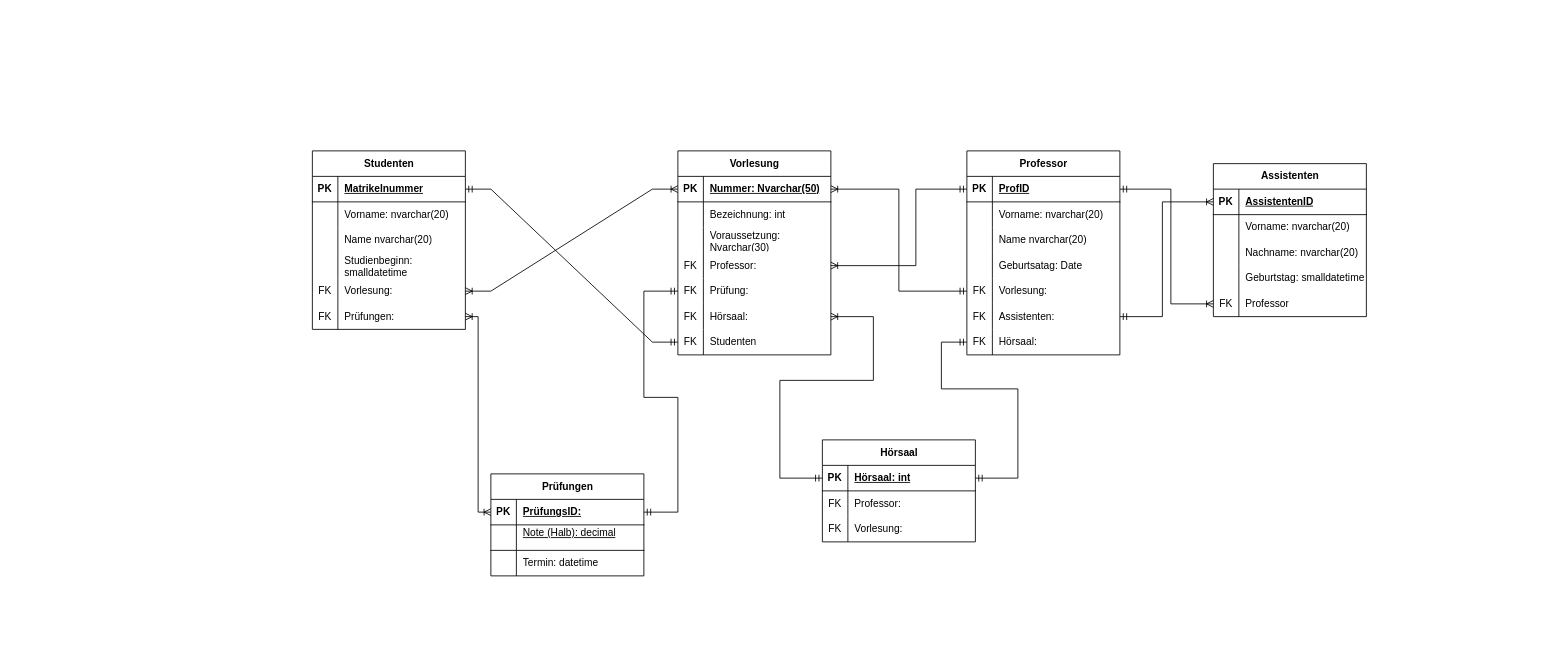
Earlier version of the draw.io diagram Vorbereitung/Projekt_Logischeskonzept.drawio (platteXDlol/Projekt_SQL). Source tidied: cells renumbered, new cells numbered last; positions are measured from the earlier drawing's top-left corner, leaving out a move shared by most shapes. Both pictures are drawn from the tidied source at 85%, with x=0, y=0 at pixel (312, 150).
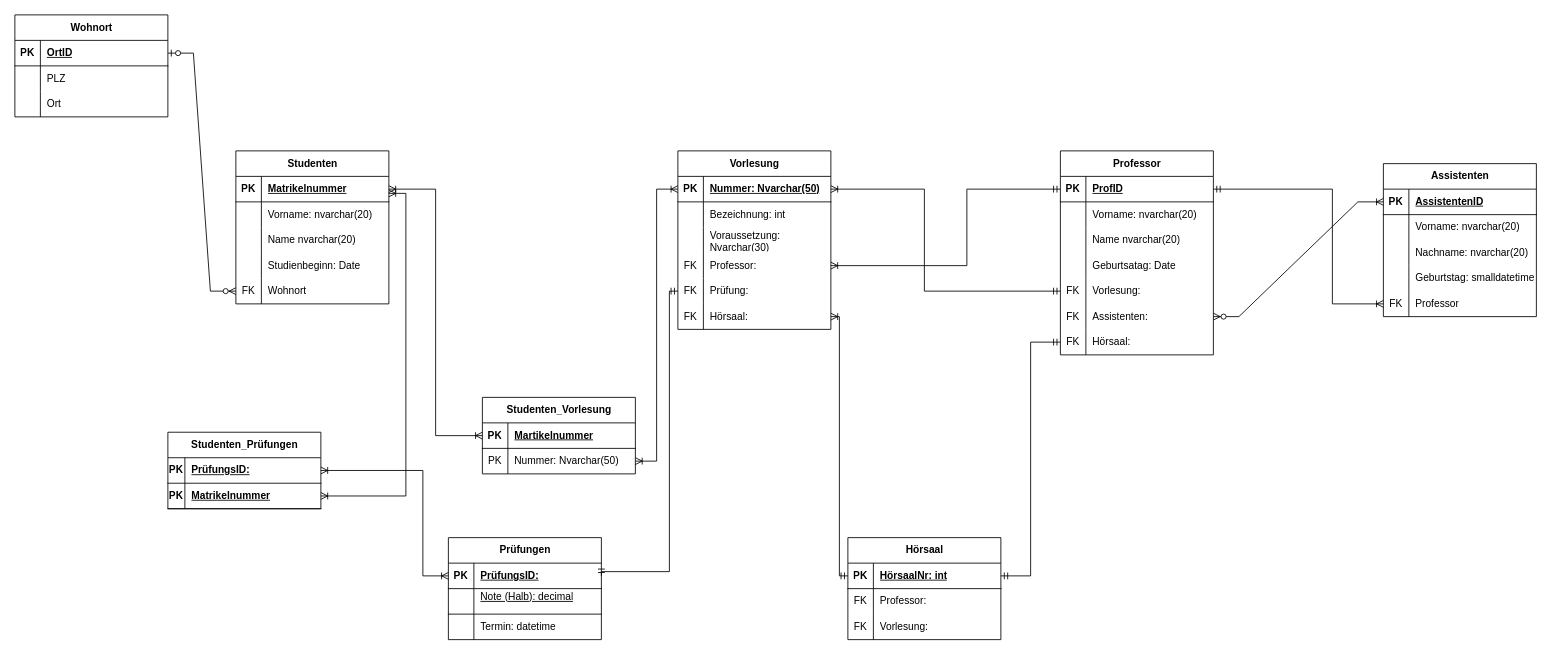
After the change.

Commit message (it also covers changes not shown here):
Add all tables with PK and FK

The change refers to these unchanged cells:
```xml
<mxCell id="3" style="shape=tableRow;horizontal=0;startSize=0;swimlaneHead=0;swimlaneBody=0;fillColor=none;points=[[0,0.5],[1,0.5]];portConstraint=eastwest;top=0;left=0;right=0;bottom=1;" parent="2" vertex="1">
  <mxGeometry y="30" width="180" height="30" as="geometry" />
</mxCell>
<mxCell id="12" style="shape=tableRow;horizontal=0;startSize=0;swimlaneHead=0;swimlaneBody=0;fillColor=none;top=0;left=0;right=0;bottom=0;" parent="2" vertex="1">
  <mxGeometry y="120" width="180" height="30" as="geometry" />
</mxCell>
<mxCell id="15" style="shape=tableRow;horizontal=0;startSize=0;swimlaneHead=0;swimlaneBody=0;fillColor=none;points=[[0,0.5],[1,0.5]];portConstraint=eastwest;top=0;left=0;right=0;bottom=0;" parent="2" vertex="1">
  <mxGeometry y="150" width="180" height="30" as="geometry" />
</mxCell>
<mxCell id="22" style="shape=tableRow;horizontal=0;startSize=0;swimlaneHead=0;swimlaneBody=0;fillColor=none;points=[[0,0.5],[1,0.5]];portConstraint=eastwest;top=0;left=0;right=0;bottom=1;" parent="21" vertex="1">
  <mxGeometry y="30" width="180" height="30" as="geometry" />
</mxCell>
<mxCell id="34" style="shape=tableRow;horizontal=0;startSize=0;swimlaneHead=0;swimlaneBody=0;fillColor=none;points=[[0,0.5],[1,0.5]];portConstraint=eastwest;top=0;left=0;right=0;bottom=0;" parent="21" vertex="1">
  <mxGeometry y="150" width="180" height="30" as="geometry" />
</mxCell>
<mxCell id="37" style="shape=tableRow;horizontal=0;startSize=0;swimlaneHead=0;swimlaneBody=0;fillColor=none;points=[[0,0.5],[1,0.5]];portConstraint=eastwest;top=0;left=0;right=0;bottom=0;" parent="21" vertex="1">
  <mxGeometry y="180" width="180" height="30" as="geometry" />
</mxCell>
<mxCell id="40" style="shape=tableRow;horizontal=0;startSize=0;swimlaneHead=0;swimlaneBody=0;fillColor=none;points=[[0,0.5],[1,0.5]];portConstraint=eastwest;top=0;left=0;right=0;bottom=0;" parent="21" vertex="1">
  <mxGeometry y="210" width="180" height="30" as="geometry" />
</mxCell>
<mxCell id="44" style="shape=tableRow;horizontal=0;startSize=0;swimlaneHead=0;swimlaneBody=0;fillColor=none;points=[[0,0.5],[1,0.5]];portConstraint=eastwest;top=0;left=0;right=0;bottom=1;" parent="43" vertex="1">
  <mxGeometry y="30" width="180" height="30" as="geometry" />
</mxCell>
<mxCell id="53" style="shape=tableRow;horizontal=0;startSize=0;swimlaneHead=0;swimlaneBody=0;fillColor=none;points=[[0,0.5],[1,0.5]];portConstraint=eastwest;top=0;left=0;right=0;bottom=0;" parent="43" vertex="1">
  <mxGeometry y="120" width="180" height="30" as="geometry" />
</mxCell>
<mxCell id="56" style="shape=tableRow;horizontal=0;startSize=0;swimlaneHead=0;swimlaneBody=0;fillColor=none;points=[[0,0.5],[1,0.5]];portConstraint=eastwest;top=0;left=0;right=0;bottom=0;" parent="43" vertex="1">
  <mxGeometry y="150" width="180" height="30" as="geometry" />
</mxCell>
<mxCell id="59" style="shape=tableRow;horizontal=0;startSize=0;swimlaneHead=0;swimlaneBody=0;fillColor=none;points=[[0,0.5],[1,0.5]];portConstraint=eastwest;top=0;left=0;right=0;bottom=0;" parent="43" vertex="1">
  <mxGeometry y="180" width="180" height="30" as="geometry" />
</mxCell>
<mxCell id="66" style="shape=tableRow;horizontal=0;startSize=0;swimlaneHead=0;swimlaneBody=0;fillColor=none;points=[[0,0.5],[1,0.5]];portConstraint=eastwest;top=0;left=0;right=0;bottom=1;" parent="65" vertex="1">
  <mxGeometry y="30" width="180" height="30" as="geometry" />
</mxCell>
<mxCell id="78" style="shape=tableRow;horizontal=0;startSize=0;swimlaneHead=0;swimlaneBody=0;fillColor=none;points=[[0,0.5],[1,0.5]];portConstraint=eastwest;top=0;left=0;right=0;bottom=0;" parent="65" vertex="1">
  <mxGeometry y="150" width="180" height="30" as="geometry" />
</mxCell>
<mxCell id="82" style="shape=tableRow;horizontal=0;startSize=0;swimlaneHead=0;swimlaneBody=0;fillColor=none;points=[[0,0.5],[1,0.5]];portConstraint=eastwest;top=0;left=0;right=0;bottom=1;" parent="81" vertex="1">
  <mxGeometry y="30" width="180" height="30" as="geometry" />
</mxCell>
<mxCell id="92" style="shape=tableRow;horizontal=0;startSize=0;swimlaneHead=0;swimlaneBody=0;fillColor=none;points=[[0,0.5],[1,0.5]];portConstraint=eastwest;top=0;left=0;right=0;bottom=1;" parent="91" vertex="1">
  <mxGeometry y="30" width="180" height="30" as="geometry" />
</mxCell>
```

What changed in the source:
```diff
@@
     <mxCell id="2" value="Studenten" style="shape=table;startSize=30;childLayout=tableLayout;rowLines=0;fontStyle=1;align=center;html=1;" parent="1" vertex="1">
-      <mxGeometry width="180" height="210" as="geometry" />
+      <mxGeometry x="-90" width="180" height="180" as="geometry" />
     </mxCell>
@@
-    <mxCell id="14" value="Studienbeginn: smalldatetime" style="shape=partialRectangle;fillColor=none;top=0;left=0;bottom=0;right=0;align=left;spacingLeft=6;overflow=hidden;whiteSpace=wrap;html=1;" parent="12" vertex="1">
+    <mxCell id="14" value="Studienbeginn: Date" style="shape=partialRectangle;fillColor=none;top=0;left=0;bottom=0;right=0;align=left;spacingLeft=6;overflow=hidden;whiteSpace=wrap;html=1;" parent="12" vertex="1">
       <mxGeometry x="30" width="150" height="30" as="geometry" />
     </mxCell>
@@
-    <mxCell id="16" value="FK" style="shape=partialRectangle;fillColor=none;top=0;left=0;bottom=0;right=0;overflow=hidden;whiteSpace=wrap;html=1;" parent="15" vertex="1">
-      <mxGeometry width="30" height="30" as="geometry" />
-    </mxCell>
-    <mxCell id="17" value="Vorlesung:&amp;nbsp;" style="shape=partialRectangle;fillColor=none;top=0;left=0;bottom=0;right=0;align=left;spacingLeft=6;overflow=hidden;whiteSpace=wrap;html=1;" parent="15" vertex="1">
-      <mxGeometry x="30" width="150" height="30" as="geometry" />
-    </mxCell>
-    <mxCell id="18" style="shape=tableRow;horizontal=0;startSize=0;swimlaneHead=0;swimlaneBody=0;fillColor=none;points=[[0,0.5],[1,0.5]];portConstraint=eastwest;top=0;left=0;right=0;bottom=0;" parent="2" vertex="1">
-      <mxGeometry y="180" width="180" height="30" as="geometry" />
-    </mxCell>
-    <mxCell id="19" value="FK" style="shape=partialRectangle;fillColor=none;top=0;left=0;bottom=0;right=0;overflow=hidden;whiteSpace=wrap;html=1;" parent="18" vertex="1">
-      <mxGeometry width="30" height="30" as="geometry" />
-    </mxCell>
-    <mxCell id="20" value="Prüfungen:" style="shape=partialRectangle;fillColor=none;top=0;left=0;bottom=0;right=0;align=left;spacingLeft=6;overflow=hidden;whiteSpace=wrap;html=1;" parent="18" vertex="1">
-      <mxGeometry x="30" width="150" height="30" as="geometry" />
-    </mxCell>
+    <mxCell id="113" value="FK" style="shape=partialRectangle;fillColor=none;top=0;left=0;bottom=0;right=0;overflow=hidden;whiteSpace=wrap;html=1;" parent="15" vertex="1">
+      <mxGeometry width="30" height="30" as="geometry" />
+    </mxCell>
+    <mxCell id="114" value="Wohnort" style="shape=partialRectangle;fillColor=none;top=0;left=0;bottom=0;right=0;align=left;spacingLeft=6;overflow=hidden;whiteSpace=wrap;html=1;" parent="15" vertex="1">
+      <mxGeometry x="30" width="150" height="30" as="geometry" />
+    </mxCell>
     <mxCell id="21" value="Professor" style="shape=table;startSize=30;childLayout=tableLayout;rowLines=0;fontStyle=1;align=center;html=1;" parent="1" vertex="1">
-      <mxGeometry x="770" width="180" height="240" as="geometry" />
+      <mxGeometry x="880" width="180" height="240" as="geometry" />
     </mxCell>
@@
     <mxCell id="43" value="Vorlesung" style="shape=table;startSize=30;childLayout=tableLayout;rowLines=0;fontStyle=1;align=center;html=1;" parent="1" vertex="1">
-      <mxGeometry x="430" width="180" height="240" as="geometry" />
+      <mxGeometry x="430" width="180" height="210" as="geometry" />
     </mxCell>
@@
-    <mxCell id="62" style="shape=tableRow;horizontal=0;startSize=0;swimlaneHead=0;swimlaneBody=0;fillColor=none;points=[[0,0.5],[1,0.5]];portConstraint=eastwest;top=0;left=0;right=0;bottom=0;" parent="43" vertex="1">
-      <mxGeometry y="210" width="180" height="30" as="geometry" />
-    </mxCell>
-    <mxCell id="63" value="FK" style="shape=partialRectangle;fillColor=none;top=0;left=0;bottom=0;right=0;overflow=hidden;whiteSpace=wrap;html=1;" parent="62" vertex="1">
-      <mxGeometry width="30" height="30" as="geometry" />
-    </mxCell>
-    <mxCell id="64" value="Studenten" style="shape=partialRectangle;fillColor=none;top=0;left=0;bottom=0;right=0;align=left;spacingLeft=6;overflow=hidden;whiteSpace=wrap;html=1;" parent="62" vertex="1">
-      <mxGeometry x="30" width="150" height="30" as="geometry" />
-    </mxCell>
     <mxCell id="65" value="Assistenten" style="shape=table;startSize=30;childLayout=tableLayout;rowLines=0;fontStyle=1;align=center;html=1;" parent="1" vertex="1">
-      <mxGeometry x="1060" y="15" width="180" height="180" as="geometry" />
+      <mxGeometry x="1260" y="15" width="180" height="180" as="geometry" />
     </mxCell>
@@
     <mxCell id="81" value="Hörsaal" style="shape=table;startSize=30;childLayout=tableLayout;rowLines=0;fontStyle=1;align=center;html=1;" parent="1" vertex="1">
-      <mxGeometry x="600" y="340" width="180" height="120" as="geometry" />
+      <mxGeometry x="630" y="455" width="180" height="120" as="geometry" />
     </mxCell>
@@
-    <mxCell id="84" value="Hörsaal: int" style="shape=partialRectangle;fillColor=none;top=0;left=0;bottom=0;right=0;align=left;spacingLeft=6;fontStyle=5;overflow=hidden;whiteSpace=wrap;html=1;" parent="82" vertex="1">
+    <mxCell id="84" value="HörsaalNr: int" style="shape=partialRectangle;fillColor=none;top=0;left=0;bottom=0;right=0;align=left;spacingLeft=6;fontStyle=5;overflow=hidden;whiteSpace=wrap;html=1;" parent="82" vertex="1">
       <mxGeometry x="30" width="150" height="30" as="geometry" />
     </mxCell>
@@
     <mxCell id="91" value="Prüfungen" style="shape=table;startSize=30;childLayout=tableLayout;rowLines=0;fontStyle=1;align=center;html=1;" parent="1" vertex="1">
-      <mxGeometry x="210" y="380" width="180" height="120" as="geometry" />
+      <mxGeometry x="160" y="455" width="180" height="120" as="geometry" />
     </mxCell>
@@
-    <mxCell id="103" style="edgeStyle=entityRelationEdgeStyle;fontSize=12;html=1;endArrow=ERmandOne;startArrow=ERmandOne;rounded=0;exitX=1;exitY=0.5;exitDx=0;exitDy=0;entryX=0;entryY=0.5;entryDx=0;entryDy=0;" parent="1" edge="1" source="3" target="62">
-      <mxGeometry relative="1" as="geometry" />
-    </mxCell>
-    <mxCell id="104" style="edgeStyle=entityRelationEdgeStyle;fontSize=12;html=1;endArrow=ERoneToMany;startArrow=ERoneToMany;rounded=0;exitX=1;exitY=0.5;exitDx=0;exitDy=0;entryX=0;entryY=0.5;entryDx=0;entryDy=0;" parent="1" edge="1" source="15" target="44">
+    <mxCell id="104" style="edgeStyle=orthogonalEdgeStyle;fontSize=12;html=1;endArrow=ERoneToMany;startArrow=ERoneToMany;rounded=0;entryX=0;entryY=0.5;entryDx=0;entryDy=0;exitX=1;exitY=0.5;exitDx=0;exitDy=0;" parent="1" edge="1" source="3" target="116">
       <mxGeometry relative="1" as="geometry" />
     </mxCell>
-    <mxCell id="105" style="edgeStyle=orthogonalEdgeStyle;fontSize=12;html=1;endArrow=ERoneToMany;startArrow=ERoneToMany;rounded=0;exitX=1;exitY=0.5;exitDx=0;exitDy=0;entryX=0;entryY=0.5;entryDx=0;entryDy=0;" parent="1" edge="1" source="18" target="92">
-      <mxGeometry relative="1" as="geometry" />
-    </mxCell>
     <mxCell id="106" style="edgeStyle=orthogonalEdgeStyle;fontSize=12;html=1;endArrow=ERmandOne;startArrow=ERmandOne;rounded=0;entryX=0;entryY=0.5;entryDx=0;entryDy=0;exitX=1;exitY=0.5;exitDx=0;exitDy=0;" parent="1" edge="1" source="92" target="56">
       <mxGeometry relative="1" as="geometry">
         <Array as="points">
-          <mxPoint x="430" y="425" />
-          <mxPoint x="430" y="290" />
-          <mxPoint x="390" y="290" />
-          <mxPoint x="390" y="165" />
+          <mxPoint x="420" y="495" />
+          <mxPoint x="420" y="165" />
         </Array>
       </mxGeometry>
     </mxCell>
     <mxCell id="107" style="edgeStyle=orthogonalEdgeStyle;fontSize=12;html=1;endArrow=ERoneToMany;startArrow=ERmandOne;rounded=0;exitX=0;exitY=0.5;exitDx=0;exitDy=0;entryX=1;entryY=0.5;entryDx=0;entryDy=0;" parent="1" edge="1" source="34" target="44">
-      <mxGeometry relative="1" as="geometry" />
+      <mxGeometry relative="1" as="geometry">
+        <Array as="points">
+          <mxPoint x="720" y="165" />
+          <mxPoint x="720" y="45" />
+        </Array>
+      </mxGeometry>
     </mxCell>
     <mxCell id="108" style="edgeStyle=orthogonalEdgeStyle;fontSize=12;html=1;endArrow=ERoneToMany;startArrow=ERmandOne;rounded=0;exitX=0;exitY=0.5;exitDx=0;exitDy=0;entryX=1;entryY=0.5;entryDx=0;entryDy=0;" parent="1" edge="1" source="22" target="53">
       <mxGeometry relative="1" as="geometry">
         <Array as="points">
-          <mxPoint x="710" y="45" />
-          <mxPoint x="710" y="135" />
+          <mxPoint x="770" y="45" />
+          <mxPoint x="770" y="135" />
         </Array>
       </mxGeometry>
     </mxCell>
-    <mxCell id="109" style="edgeStyle=orthogonalEdgeStyle;fontSize=12;html=1;endArrow=ERoneToMany;startArrow=ERmandOne;rounded=0;exitX=1;exitY=0.5;exitDx=0;exitDy=0;entryX=0;entryY=0.5;entryDx=0;entryDy=0;" parent="1" edge="1" source="37" target="66">
-      <mxGeometry relative="1" as="geometry">
-        <Array as="points">
-          <mxPoint x="1000" y="195" />
-          <mxPoint x="1000" y="60" />
-        </Array>
-      </mxGeometry>
-    </mxCell>
     <mxCell id="110" style="edgeStyle=orthogonalEdgeStyle;fontSize=12;html=1;endArrow=ERoneToMany;startArrow=ERmandOne;rounded=0;exitX=1;exitY=0.5;exitDx=0;exitDy=0;entryX=0;entryY=0.5;entryDx=0;entryDy=0;" parent="1" edge="1" source="22" target="78">
       <mxGeometry relative="1" as="geometry">
         <Array as="points">
-          <mxPoint x="1010" y="45" />
-          <mxPoint x="1010" y="180" />
+          <mxPoint x="1200" y="45" />
+          <mxPoint x="1200" y="180" />
         </Array>
       </mxGeometry>
     </mxCell>
     <mxCell id="111" style="edgeStyle=orthogonalEdgeStyle;fontSize=12;html=1;endArrow=ERmandOne;startArrow=ERmandOne;rounded=0;entryX=0;entryY=0.5;entryDx=0;entryDy=0;exitX=1;exitY=0.5;exitDx=0;exitDy=0;" parent="1" edge="1" source="82" target="40">
-      <mxGeometry relative="1" as="geometry">
-        <Array as="points">
-          <mxPoint x="830" y="385" />
-          <mxPoint x="830" y="280" />
-          <mxPoint x="740" y="280" />
-          <mxPoint x="740" y="225" />
-        </Array>
-      </mxGeometry>
+      <mxGeometry relative="1" as="geometry" />
     </mxCell>
     <mxCell id="112" style="edgeStyle=orthogonalEdgeStyle;fontSize=12;html=1;endArrow=ERoneToMany;startArrow=ERmandOne;rounded=0;exitX=0;exitY=0.5;exitDx=0;exitDy=0;entryX=1;entryY=0.5;entryDx=0;entryDy=0;" parent="1" edge="1" source="82" target="59">
-      <mxGeometry relative="1" as="geometry">
-        <Array as="points">
-          <mxPoint x="550" y="385" />
-          <mxPoint x="550" y="270" />
-          <mxPoint x="660" y="270" />
-          <mxPoint x="660" y="195" />
-        </Array>
-      </mxGeometry>
+      <mxGeometry relative="1" as="geometry" />
     </mxCell>
+    <mxCell id="115" value="Studenten_Vorlesung" style="shape=table;startSize=30;childLayout=tableLayout;rowLines=0;fontStyle=1;align=center;html=1;" parent="1" vertex="1">
+      <mxGeometry x="200" y="290" width="180" height="90" as="geometry" />
+    </mxCell>
+    <mxCell id="116" style="shape=tableRow;horizontal=0;startSize=0;swimlaneHead=0;swimlaneBody=0;fillColor=none;points=[[0,0.5],[1,0.5]];portConstraint=eastwest;top=0;left=0;right=0;bottom=1;" parent="115" vertex="1">
+      <mxGeometry y="30" width="180" height="30" as="geometry" />
+    </mxCell>
+    <mxCell id="117" value="PK" style="shape=partialRectangle;fillColor=none;top=0;left=0;bottom=0;right=0;fontStyle=1;overflow=hidden;whiteSpace=wrap;html=1;" parent="116" vertex="1">
+      <mxGeometry width="30" height="30" as="geometry" />
+    </mxCell>
+    <mxCell id="118" value="Martikelnummer" style="shape=partialRectangle;fillColor=none;top=0;left=0;bottom=0;right=0;align=left;spacingLeft=6;fontStyle=5;overflow=hidden;whiteSpace=wrap;html=1;" parent="116" vertex="1">
+      <mxGeometry x="30" width="150" height="30" as="geometry" />
+    </mxCell>
+    <mxCell id="119" style="shape=tableRow;horizontal=0;startSize=0;swimlaneHead=0;swimlaneBody=0;fillColor=none;points=[[0,0.5],[1,0.5]];portConstraint=eastwest;top=0;left=0;right=0;bottom=0;" parent="115" vertex="1">
+      <mxGeometry y="60" width="180" height="30" as="geometry" />
+    </mxCell>
+    <mxCell id="120" value="PK" style="shape=partialRectangle;fillColor=none;top=0;left=0;bottom=0;right=0;overflow=hidden;whiteSpace=wrap;html=1;" parent="119" vertex="1">
+      <mxGeometry width="30" height="30" as="geometry" />
+    </mxCell>
+    <mxCell id="121" value="Nummer: Nvarchar(50)" style="shape=partialRectangle;fillColor=none;top=0;left=0;bottom=0;right=0;align=left;spacingLeft=6;overflow=hidden;whiteSpace=wrap;html=1;" parent="119" vertex="1">
+      <mxGeometry x="30" width="150" height="30" as="geometry" />
+    </mxCell>
+    <mxCell id="122" style="edgeStyle=orthogonalEdgeStyle;fontSize=12;html=1;endArrow=ERoneToMany;startArrow=ERoneToMany;rounded=0;exitX=0;exitY=0.5;exitDx=0;exitDy=0;entryX=1;entryY=0.5;entryDx=0;entryDy=0;" parent="1" edge="1" source="44" target="119">
+      <mxGeometry relative="1" as="geometry" />
+    </mxCell>
+    <mxCell id="123" value="Studenten_&lt;span style=&quot;background-color: initial;&quot;&gt;Prüfungen&lt;/span&gt;" style="shape=table;startSize=30;childLayout=tableLayout;rowLines=0;fontStyle=1;align=center;html=1;" parent="1" vertex="1">
+      <mxGeometry x="-170" y="331" width="180" height="90" as="geometry" />
+    </mxCell>
+    <mxCell id="124" style="shape=tableRow;horizontal=0;startSize=0;swimlaneHead=0;swimlaneBody=0;fillColor=none;points=[[0,0.5],[1,0.5]];portConstraint=eastwest;top=0;left=0;right=0;bottom=1;" parent="123" vertex="1">
+      <mxGeometry y="30" width="180" height="30" as="geometry" />
+    </mxCell>
+    <mxCell id="125" value="PK" style="shape=partialRectangle;fillColor=none;top=0;left=0;bottom=0;right=0;fontStyle=1;overflow=hidden;whiteSpace=wrap;html=1;" parent="124" vertex="1">
+      <mxGeometry width="20" height="30" as="geometry" />
+    </mxCell>
+    <mxCell id="126" value="PrüfungsID:" style="shape=partialRectangle;fillColor=none;top=0;left=0;bottom=0;right=0;align=left;spacingLeft=6;fontStyle=5;overflow=hidden;whiteSpace=wrap;html=1;" parent="124" vertex="1">
+      <mxGeometry x="20" width="160" height="30" as="geometry" />
+    </mxCell>
+    <mxCell id="127" style="shape=tableRow;horizontal=0;startSize=0;swimlaneHead=0;swimlaneBody=0;fillColor=none;points=[[0,0.5],[1,0.5]];portConstraint=eastwest;top=0;left=0;right=0;bottom=1;" parent="123" vertex="1">
+      <mxGeometry y="60" width="180" height="30" as="geometry" />
+    </mxCell>
+    <mxCell id="128" value="PK" style="shape=partialRectangle;fillColor=none;top=0;left=0;bottom=0;right=0;fontStyle=1;overflow=hidden;whiteSpace=wrap;html=1;" parent="127" vertex="1">
+      <mxGeometry width="20" height="30" as="geometry" />
+    </mxCell>
+    <mxCell id="129" value="Matrikelnummer" style="shape=partialRectangle;fillColor=none;top=0;left=0;bottom=0;right=0;align=left;spacingLeft=6;fontStyle=5;overflow=hidden;whiteSpace=wrap;html=1;" parent="127" vertex="1">
+      <mxGeometry x="20" width="160" height="30" as="geometry" />
+    </mxCell>
+    <mxCell id="130" style="edgeStyle=orthogonalEdgeStyle;fontSize=12;html=1;endArrow=ERoneToMany;startArrow=ERoneToMany;rounded=0;entryX=1;entryY=0.5;entryDx=0;entryDy=0;exitX=0;exitY=0.5;exitDx=0;exitDy=0;" parent="1" edge="1" source="92" target="124">
+      <mxGeometry relative="1" as="geometry">
+        <Array as="points">
+          <mxPoint x="130" y="500" />
+          <mxPoint x="130" y="376" />
+        </Array>
+      </mxGeometry>
+    </mxCell>
+    <mxCell id="131" style="edgeStyle=orthogonalEdgeStyle;fontSize=12;html=1;endArrow=ERoneToMany;startArrow=ERoneToMany;rounded=0;exitX=1;exitY=0.5;exitDx=0;exitDy=0;" parent="1" edge="1" source="127">
+      <mxGeometry relative="1" as="geometry">
+        <mxPoint x="90" y="50" as="targetPoint" />
+        <Array as="points">
+          <mxPoint x="110" y="406" />
+          <mxPoint x="110" y="50" />
+        </Array>
+      </mxGeometry>
+    </mxCell>
+    <mxCell id="109" style="edgeStyle=entityRelationEdgeStyle;fontSize=12;html=1;endArrow=ERoneToMany;startArrow=ERzeroToMany;rounded=0;exitX=1;exitY=0.5;exitDx=0;exitDy=0;entryX=0;entryY=0.5;entryDx=0;entryDy=0;" parent="1" edge="1" source="37" target="66">
+      <mxGeometry relative="1" as="geometry" />
+    </mxCell>
+    <mxCell id="132" value="Wohnort" style="shape=table;startSize=30;childLayout=tableLayout;rowLines=0;fontStyle=1;align=center;html=1;" parent="1" vertex="1">
+      <mxGeometry x="-350" y="-160" width="180" height="120" as="geometry" />
+    </mxCell>
+    <mxCell id="133" style="shape=tableRow;horizontal=0;startSize=0;swimlaneHead=0;swimlaneBody=0;fillColor=none;points=[[0,0.5],[1,0.5]];portConstraint=eastwest;top=0;left=0;right=0;bottom=1;" parent="132" vertex="1">
+      <mxGeometry y="30" width="180" height="30" as="geometry" />
+    </mxCell>
+    <mxCell id="134" value="PK" style="shape=partialRectangle;fillColor=none;top=0;left=0;bottom=0;right=0;fontStyle=1;overflow=hidden;whiteSpace=wrap;html=1;" parent="133" vertex="1">
+      <mxGeometry width="30" height="30" as="geometry" />
+    </mxCell>
+    <mxCell id="135" value="OrtID" style="shape=partialRectangle;fillColor=none;top=0;left=0;bottom=0;right=0;align=left;spacingLeft=6;fontStyle=5;overflow=hidden;whiteSpace=wrap;html=1;" parent="133" vertex="1">
+      <mxGeometry x="30" width="150" height="30" as="geometry" />
+    </mxCell>
+    <mxCell id="136" style="shape=tableRow;horizontal=0;startSize=0;swimlaneHead=0;swimlaneBody=0;fillColor=none;top=0;left=0;right=0;bottom=0;" parent="132" vertex="1">
+      <mxGeometry y="60" width="180" height="30" as="geometry" />
+    </mxCell>
+    <mxCell id="137" style="shape=partialRectangle;fillColor=none;top=0;left=0;bottom=0;right=0;overflow=hidden;whiteSpace=wrap;html=1;" parent="136" vertex="1">
+      <mxGeometry width="30" height="30" as="geometry" />
+    </mxCell>
+    <mxCell id="138" value="PLZ" style="shape=partialRectangle;fillColor=none;top=0;left=0;bottom=0;right=0;align=left;spacingLeft=6;overflow=hidden;whiteSpace=wrap;html=1;" parent="136" vertex="1">
+      <mxGeometry x="30" width="150" height="30" as="geometry" />
+    </mxCell>
+    <mxCell id="139" style="shape=tableRow;horizontal=0;startSize=0;swimlaneHead=0;swimlaneBody=0;fillColor=none;top=0;left=0;right=0;bottom=0;" parent="132" vertex="1">
+      <mxGeometry y="90" width="180" height="30" as="geometry" />
+    </mxCell>
+    <mxCell id="140" style="shape=partialRectangle;fillColor=none;top=0;left=0;bottom=0;right=0;overflow=hidden;whiteSpace=wrap;html=1;" parent="139" vertex="1">
+      <mxGeometry width="30" height="30" as="geometry" />
+    </mxCell>
+    <mxCell id="141" value="Ort" style="shape=partialRectangle;fillColor=none;top=0;left=0;bottom=0;right=0;align=left;spacingLeft=6;overflow=hidden;whiteSpace=wrap;html=1;" parent="139" vertex="1">
+      <mxGeometry x="30" width="150" height="30" as="geometry" />
+    </mxCell>
+    <mxCell id="142" style="edgeStyle=entityRelationEdgeStyle;fontSize=12;html=1;endArrow=ERzeroToMany;startArrow=ERzeroToOne;rounded=0;entryX=0;entryY=0.5;entryDx=0;entryDy=0;exitX=1;exitY=0.5;exitDx=0;exitDy=0;" parent="1" edge="1" source="133" target="15">
+      <mxGeometry relative="1" as="geometry" />
+    </mxCell>
```
